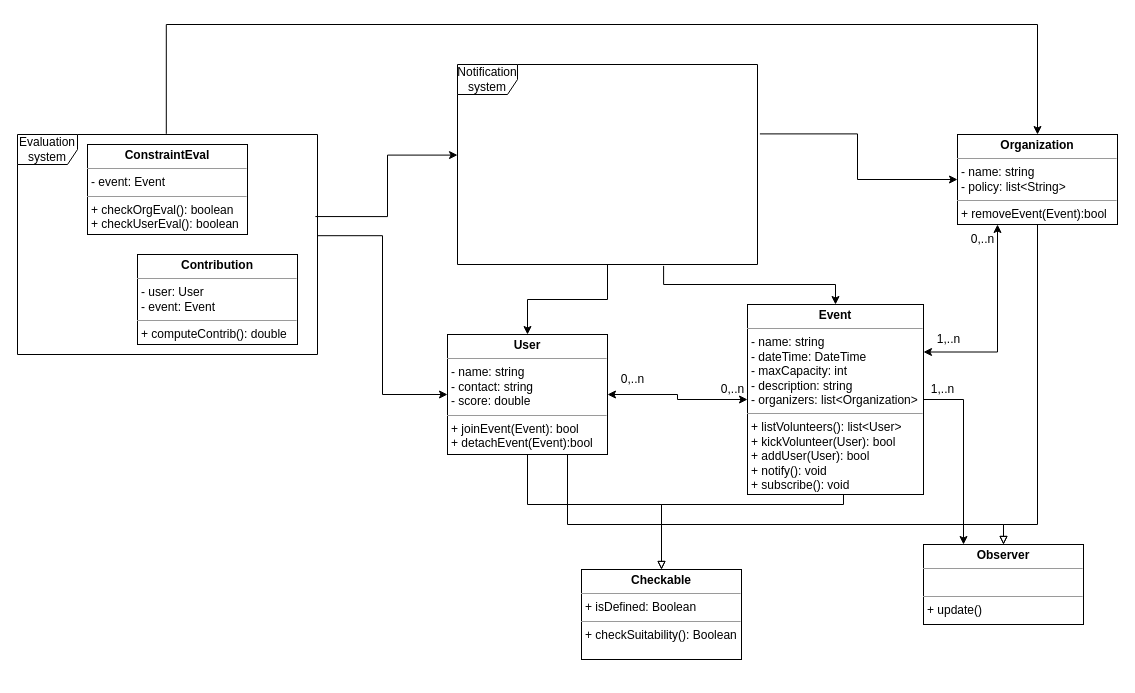
josura/HCI keeps this draw.io diagram as project/UMLproject.drawio. Above is the earlier version. Source tidied: cells renumbered, new cells numbered last; positions are measured from the earlier drawing's top-left corner, leaving out a move shared by most shapes. Both pictures are drawn from the tidied source at 100%, with x=0, y=0 at pixel (17, 24).
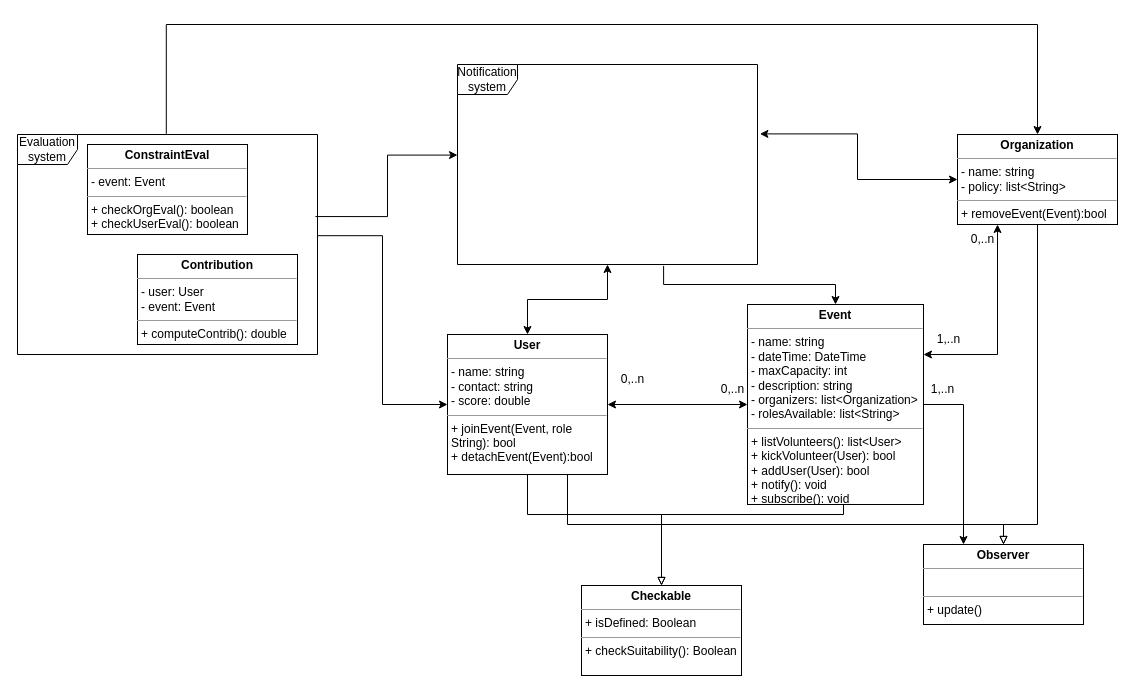
After the change.

Unchanged cells that the change refers to:
```xml
<mxCell id="10" value="&lt;p style=&quot;margin:0px;margin-top:4px;text-align:center;&quot;&gt;&lt;b&gt;Organization&lt;/b&gt;&lt;/p&gt;&lt;hr size=&quot;1&quot;&gt;&lt;p style=&quot;margin:0px;margin-left:4px;&quot;&gt;- name: string&lt;/p&gt;&lt;p style=&quot;margin:0px;margin-left:4px;&quot;&gt;- policy: list&amp;lt;String&amp;gt;&lt;/p&gt;&lt;hr style=&quot;border-color: var(--border-color);&quot; size=&quot;1&quot;&gt;&lt;p style=&quot;border-color: var(--border-color); margin: 0px 0px 0px 4px;&quot;&gt;+ removeEvent(Event):bool&lt;/p&gt;" style="verticalAlign=top;align=left;overflow=fill;fontSize=12;fontFamily=Helvetica;html=1;whiteSpace=wrap;" parent="1" vertex="1">
  <mxGeometry x="940" y="110" width="160" height="90" as="geometry" />
</mxCell>
<mxCell id="14" value="Notification system" style="shape=umlFrame;whiteSpace=wrap;html=1;" parent="1" vertex="1">
  <mxGeometry x="440" y="40" width="300" height="200" as="geometry" />
</mxCell>
```

Diff of the diagram source:
```diff
@@
     <mxCell id="2" style="edgeStyle=orthogonalEdgeStyle;rounded=0;jettySize=auto;html=1;exitX=0.5;exitY=1;exitDx=0;exitDy=0;entryX=0.5;entryY=0;entryDx=0;entryDy=0;endArrow=block;endFill=0;" parent="1" edge="1" source="3" target="8">
       <mxGeometry relative="1" as="geometry">
         <Array as="points">
-          <mxPoint x="510" y="480" />
-          <mxPoint x="644" y="480" />
+          <mxPoint x="510" y="490" />
+          <mxPoint x="644" y="490" />
         </Array>
       </mxGeometry>
     </mxCell>
-    <mxCell id="3" value="&lt;p style=&quot;margin:0px;margin-top:4px;text-align:center;&quot;&gt;&lt;b&gt;User&lt;/b&gt;&lt;/p&gt;&lt;hr size=&quot;1&quot;&gt;&lt;p style=&quot;margin:0px;margin-left:4px;&quot;&gt;- name: string&lt;/p&gt;&lt;p style=&quot;margin:0px;margin-left:4px;&quot;&gt;- contact: string&lt;br&gt;&lt;/p&gt;&lt;p style=&quot;margin:0px;margin-left:4px;&quot;&gt;- score: double&lt;br&gt;&lt;/p&gt;&lt;hr size=&quot;1&quot;&gt;&lt;p style=&quot;margin:0px;margin-left:4px;&quot;&gt;+ joinEvent(Event): bool&lt;/p&gt;&lt;p style=&quot;margin:0px;margin-left:4px;&quot;&gt;+ detachEvent(Event):bool&lt;/p&gt;" style="verticalAlign=top;align=left;overflow=fill;fontSize=12;fontFamily=Helvetica;html=1;whiteSpace=wrap;" parent="1" vertex="1">
-      <mxGeometry x="430" y="310" width="160" height="120" as="geometry" />
+    <mxCell id="3" value="&lt;p style=&quot;margin:0px;margin-top:4px;text-align:center;&quot;&gt;&lt;b&gt;User&lt;/b&gt;&lt;/p&gt;&lt;hr size=&quot;1&quot;&gt;&lt;p style=&quot;margin:0px;margin-left:4px;&quot;&gt;- name: string&lt;/p&gt;&lt;p style=&quot;margin:0px;margin-left:4px;&quot;&gt;- contact: string&lt;br&gt;&lt;/p&gt;&lt;p style=&quot;margin:0px;margin-left:4px;&quot;&gt;- score: double&lt;br&gt;&lt;/p&gt;&lt;hr size=&quot;1&quot;&gt;&lt;p style=&quot;margin:0px;margin-left:4px;&quot;&gt;+ joinEvent(Event, role String): bool&lt;/p&gt;&lt;p style=&quot;margin:0px;margin-left:4px;&quot;&gt;+ detachEvent(Event):bool&lt;/p&gt;" style="verticalAlign=top;align=left;overflow=fill;fontSize=12;fontFamily=Helvetica;html=1;whiteSpace=wrap;" parent="1" vertex="1">
+      <mxGeometry x="430" y="310" width="160" height="140" as="geometry" />
     </mxCell>
     <mxCell id="4" style="edgeStyle=orthogonalEdgeStyle;rounded=0;jettySize=auto;html=1;exitX=0.5;exitY=1;exitDx=0;exitDy=0;endArrow=block;endFill=0;" parent="1" edge="1" source="7" target="8">
       <mxGeometry relative="1" as="geometry">
         <Array as="points">
-          <mxPoint x="826" y="480" />
-          <mxPoint x="644" y="480" />
+          <mxPoint x="826" y="470" />
+          <mxPoint x="826" y="490" />
+          <mxPoint x="644" y="490" />
         </Array>
       </mxGeometry>
     </mxCell>
@@
-    <mxCell id="7" value="&lt;p style=&quot;margin:0px;margin-top:4px;text-align:center;&quot;&gt;&lt;b&gt;Event&lt;/b&gt;&lt;/p&gt;&lt;hr size=&quot;1&quot;&gt;&lt;p style=&quot;margin:0px;margin-left:4px;&quot;&gt;- name: string&lt;/p&gt;&lt;p style=&quot;margin:0px;margin-left:4px;&quot;&gt;- dateTime: DateTime&lt;br&gt;&lt;/p&gt;&lt;p style=&quot;margin:0px;margin-left:4px;&quot;&gt;- maxCapacity: int&lt;br&gt;&lt;/p&gt;&lt;p style=&quot;margin:0px;margin-left:4px;&quot;&gt;- description: string&lt;/p&gt;&lt;p style=&quot;margin:0px;margin-left:4px;&quot;&gt;- organizers: list&amp;lt;Organization&amp;gt;&lt;/p&gt;&lt;hr size=&quot;1&quot;&gt;&lt;p style=&quot;margin:0px;margin-left:4px;&quot;&gt;+ listVolunteers(): list&amp;lt;User&amp;gt;&lt;/p&gt;&lt;p style=&quot;margin:0px;margin-left:4px;&quot;&gt;+ kickVolunteer(User): bool&lt;/p&gt;&lt;p style=&quot;margin:0px;margin-left:4px;&quot;&gt;+ addUser(User): bool&lt;/p&gt;&lt;p style=&quot;border-color: var(--border-color); margin: 0px 0px 0px 4px;&quot;&gt;+ notify(): void&lt;/p&gt;&lt;p style=&quot;border-color: var(--border-color); margin: 0px 0px 0px 4px;&quot;&gt;+ subscribe(): void&lt;/p&gt;" style="verticalAlign=top;align=left;overflow=fill;fontSize=12;fontFamily=Helvetica;html=1;whiteSpace=wrap;" parent="1" vertex="1">
-      <mxGeometry x="730" y="280" width="176" height="190" as="geometry" />
+    <mxCell id="7" value="&lt;p style=&quot;margin:0px;margin-top:4px;text-align:center;&quot;&gt;&lt;b&gt;Event&lt;/b&gt;&lt;/p&gt;&lt;hr size=&quot;1&quot;&gt;&lt;p style=&quot;margin:0px;margin-left:4px;&quot;&gt;- name: string&lt;/p&gt;&lt;p style=&quot;margin:0px;margin-left:4px;&quot;&gt;- dateTime: DateTime&lt;br&gt;&lt;/p&gt;&lt;p style=&quot;margin:0px;margin-left:4px;&quot;&gt;- maxCapacity: int&lt;br&gt;&lt;/p&gt;&lt;p style=&quot;margin:0px;margin-left:4px;&quot;&gt;- description: string&lt;/p&gt;&lt;p style=&quot;margin:0px;margin-left:4px;&quot;&gt;- organizers: list&amp;lt;Organization&amp;gt;&lt;/p&gt;&lt;p style=&quot;margin:0px;margin-left:4px;&quot;&gt;- rolesAvailable: list&amp;lt;String&amp;gt;&lt;/p&gt;&lt;hr size=&quot;1&quot;&gt;&lt;p style=&quot;margin:0px;margin-left:4px;&quot;&gt;+ listVolunteers(): list&amp;lt;User&amp;gt;&lt;/p&gt;&lt;p style=&quot;margin:0px;margin-left:4px;&quot;&gt;+ kickVolunteer(User): bool&lt;/p&gt;&lt;p style=&quot;margin:0px;margin-left:4px;&quot;&gt;+ addUser(User): bool&lt;/p&gt;&lt;p style=&quot;border-color: var(--border-color); margin: 0px 0px 0px 4px;&quot;&gt;+ notify(): void&lt;/p&gt;&lt;p style=&quot;border-color: var(--border-color); margin: 0px 0px 0px 4px;&quot;&gt;+ subscribe(): void&lt;/p&gt;" style="verticalAlign=top;align=left;overflow=fill;fontSize=12;fontFamily=Helvetica;html=1;whiteSpace=wrap;" parent="1" vertex="1">
+      <mxGeometry x="730" y="280" width="176" height="200" as="geometry" />
     </mxCell>
     <mxCell id="8" value="&lt;p style=&quot;margin:0px;margin-top:4px;text-align:center;&quot;&gt;&lt;b&gt;Checkable&lt;/b&gt;&lt;/p&gt;&lt;hr size=&quot;1&quot;&gt;&lt;p style=&quot;margin:0px;margin-left:4px;&quot;&gt;+ isDefined: Boolean&lt;/p&gt;&lt;hr size=&quot;1&quot;&gt;&lt;p style=&quot;margin:0px;margin-left:4px;&quot;&gt;+ checkSuitability(): Boolean&lt;/p&gt;" style="verticalAlign=top;align=left;overflow=fill;fontSize=12;fontFamily=Helvetica;html=1;whiteSpace=wrap;" parent="1" vertex="1">
-      <mxGeometry x="564" y="545" width="160" height="90" as="geometry" />
+      <mxGeometry x="564" y="561" width="160" height="90" as="geometry" />
     </mxCell>
@@
-    <mxCell id="11" style="edgeStyle=orthogonalEdgeStyle;rounded=0;jettySize=auto;html=1;" parent="1" edge="1" source="14" target="3">
+    <mxCell id="11" style="edgeStyle=orthogonalEdgeStyle;rounded=0;jettySize=auto;html=1;startArrow=classic;startFill=1;" parent="1" edge="1" source="14" target="3">
       <mxGeometry relative="1" as="geometry" />
     </mxCell>
-    <mxCell id="12" style="edgeStyle=orthogonalEdgeStyle;rounded=0;jettySize=auto;html=1;entryX=0.5;entryY=0;entryDx=0;entryDy=0;exitX=0.687;exitY=1.007;exitDx=0;exitDy=0;exitPerimeter=0;" parent="1" edge="1" source="14" target="7">
+    <mxCell id="12" style="edgeStyle=orthogonalEdgeStyle;rounded=0;jettySize=auto;html=1;entryX=0.5;entryY=0;entryDx=0;entryDy=0;exitX=0.687;exitY=1.007;exitDx=0;exitDy=0;exitPerimeter=0;startArrow=none;startFill=0;" parent="1" edge="1" source="14" target="7">
       <mxGeometry relative="1" as="geometry" />
     </mxCell>
-    <mxCell id="13" style="edgeStyle=orthogonalEdgeStyle;rounded=0;jettySize=auto;html=1;entryX=0;entryY=0.5;entryDx=0;entryDy=0;exitX=1.008;exitY=0.347;exitDx=0;exitDy=0;exitPerimeter=0;" parent="1" edge="1" source="14" target="10">
+    <mxCell id="13" style="edgeStyle=orthogonalEdgeStyle;rounded=0;jettySize=auto;html=1;entryX=0;entryY=0.5;entryDx=0;entryDy=0;exitX=1.008;exitY=0.347;exitDx=0;exitDy=0;exitPerimeter=0;startArrow=classic;startFill=1;" parent="1" edge="1" source="14" target="10">
       <mxGeometry relative="1" as="geometry" />
     </mxCell>
```
